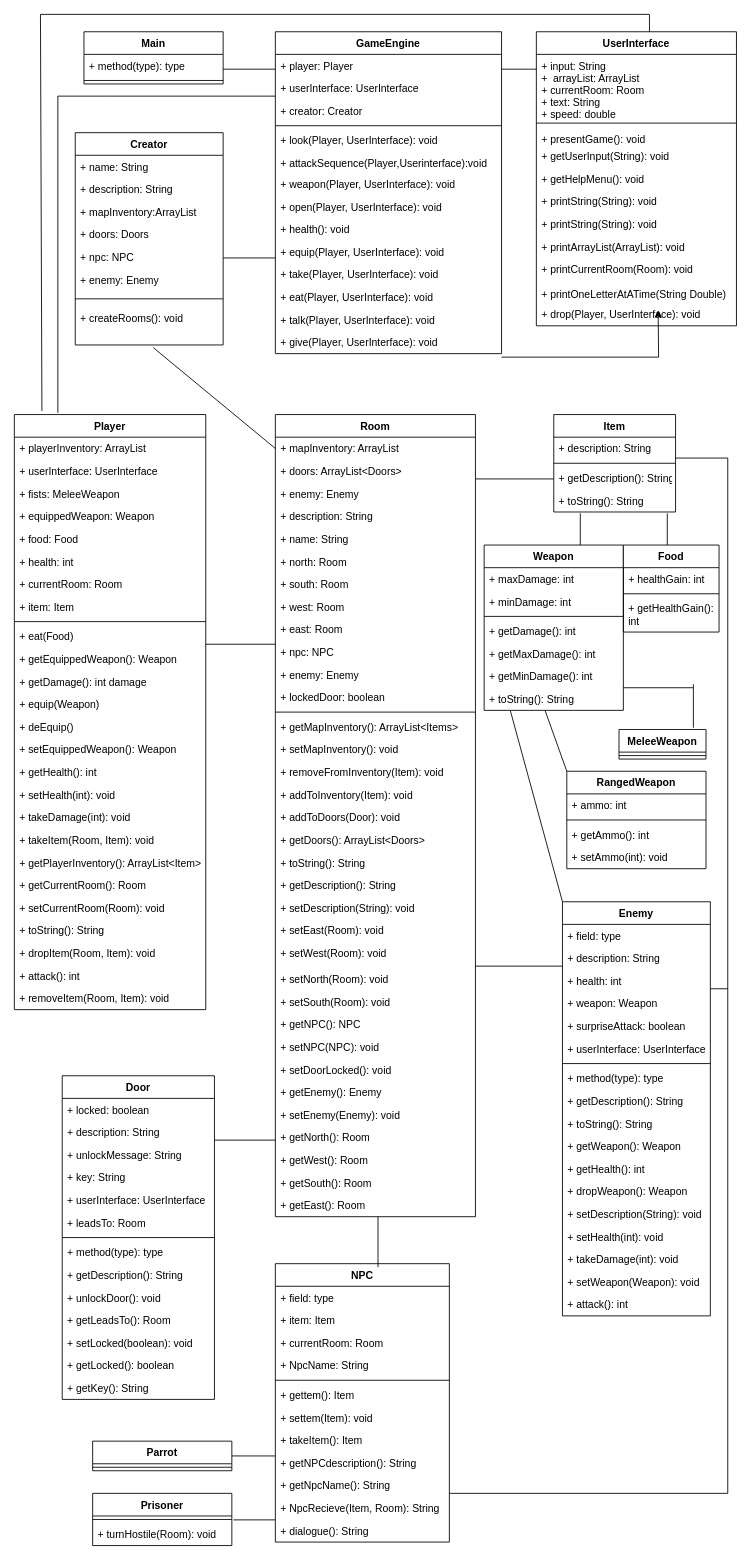
ThomasSA-Git/Adventure-game keeps this draw.io diagram as Untitled Diagram.drawio. Above is the earlier version. Source tidied: cells renumbered, new cells numbered last; positions are measured from the earlier drawing's top-left corner, leaving out a move shared by most shapes. Both pictures are drawn from the tidied source at 87%, with x=0, y=0 at pixel (14, 14).
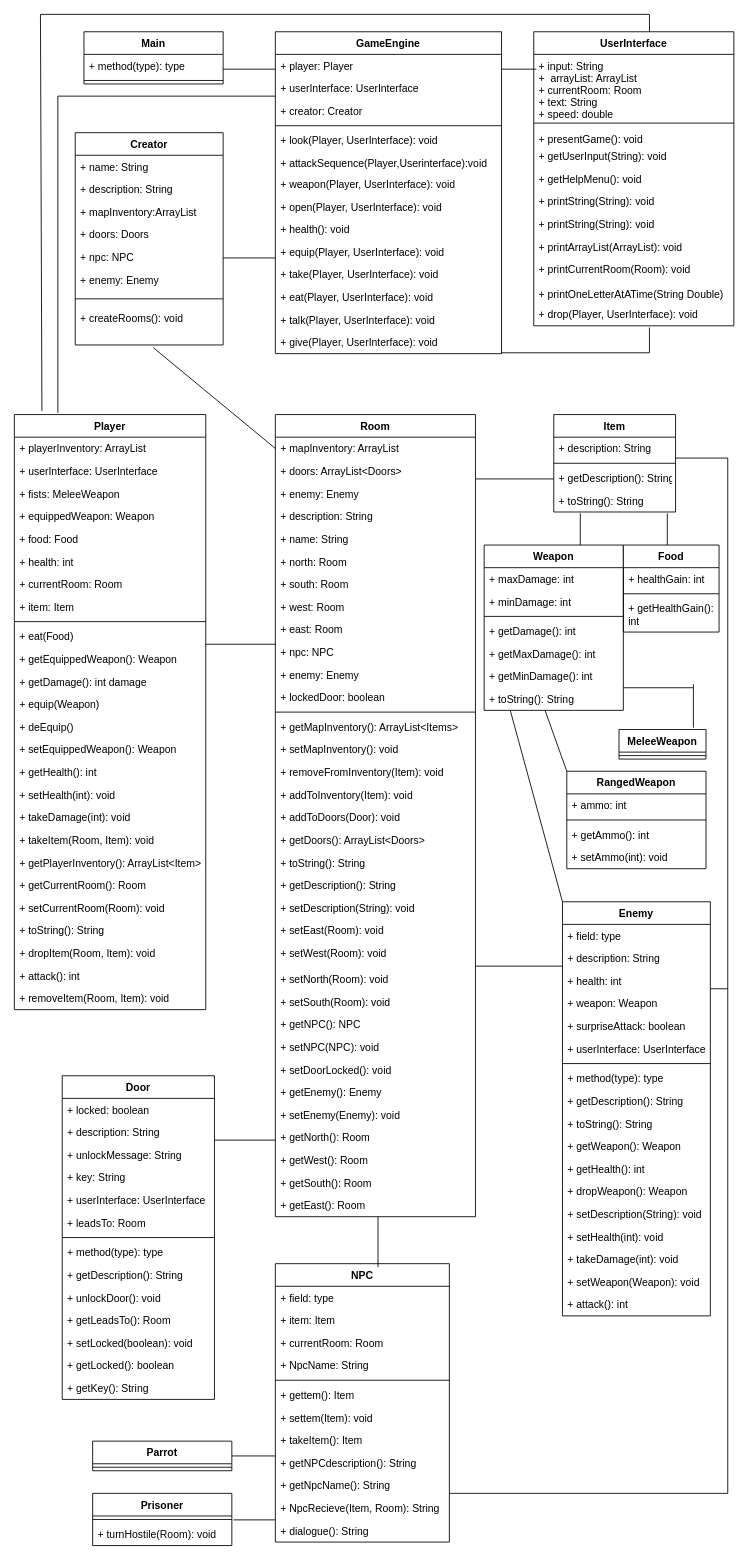
Above is the later version.

Commit message (it also covers changes not shown here):
Adventure class diagram

Change to the diagram source:
```diff
@@
     <mxCell id="124" value="UserInterface" style="swimlane;fontStyle=1;align=center;verticalAlign=top;horizontal=1;startSize=26;" parent="1" vertex="1">
-      <mxGeometry x="600" y="20" width="230" height="338" as="geometry" />
+      <mxGeometry x="597" y="20" width="230" height="338" as="geometry" />
     </mxCell>
@@
-    <mxCell id="184" style="edgeStyle=orthogonalEdgeStyle;rounded=0;jettySize=auto;html=1;" parent="1" edge="1" source="185">
+    <mxCell id="184" style="edgeStyle=orthogonalEdgeStyle;rounded=0;jettySize=auto;html=1;endArrow=none;endFill=0;" parent="1" edge="1" source="185">
       <mxGeometry relative="1" as="geometry">
-        <mxPoint x="740" y="340" as="targetPoint" />
+        <mxPoint x="730" y="360" as="targetPoint" />
+        <Array as="points">
+          <mxPoint x="730" y="389" />
+          <mxPoint x="730" y="365" />
+        </Array>
       </mxGeometry>
     </mxCell>
     <mxCell id="185" style="line;strokeWidth=1;fillColor=none;align=left;verticalAlign=middle;spacingTop=-1;spacingLeft=3;spacingRight=3;labelPosition=right;points=[];portConstraint=eastwest;" parent="1" vertex="1">
-      <mxGeometry x="560" y="390" width="150" height="8" as="geometry" />
+      <mxGeometry x="560" y="380" width="150" height="18" as="geometry" />
     </mxCell>
```
